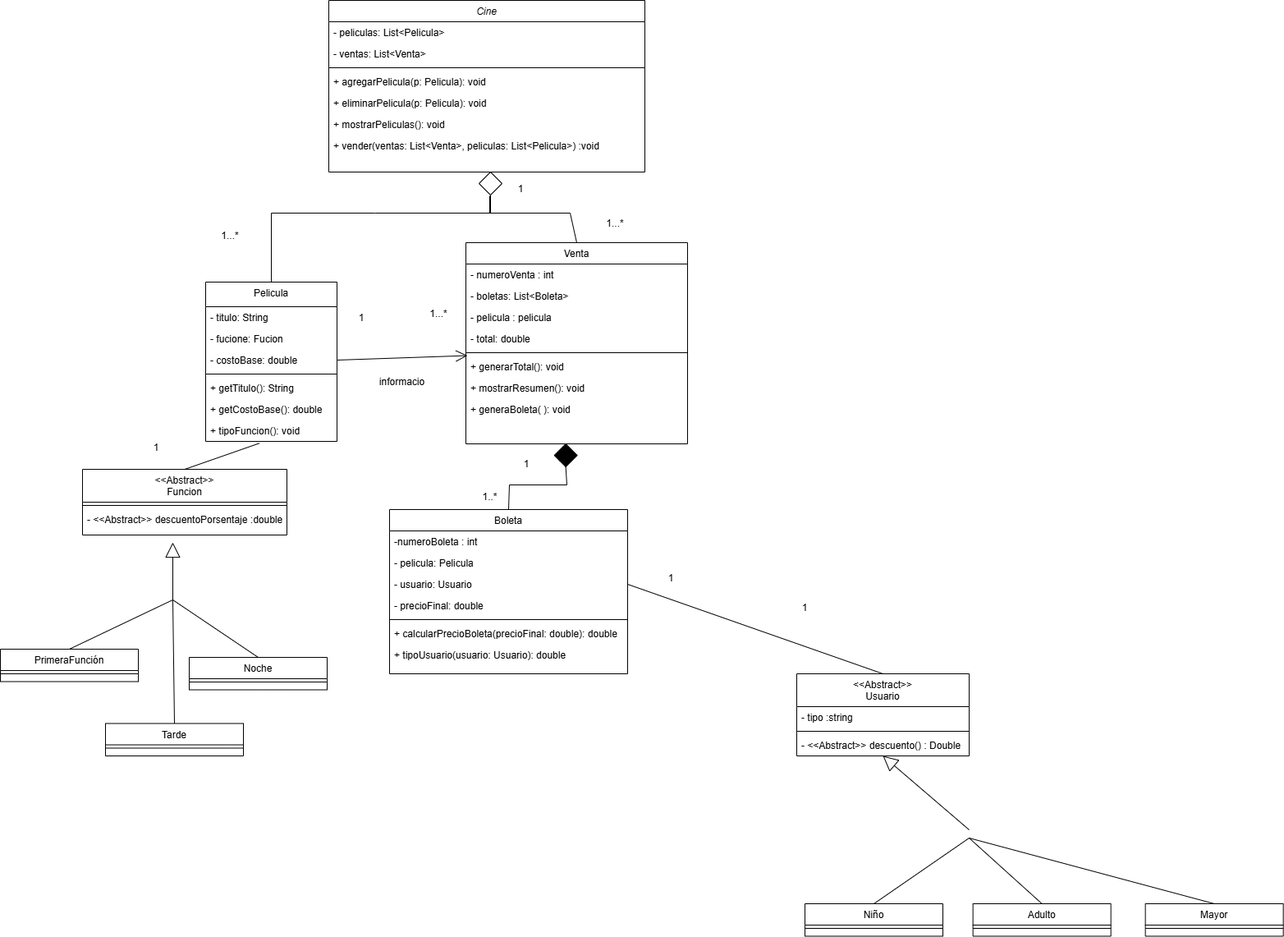
Maribel04072025/Cine keeps this draw.io diagram as 0.3-DiagramCine.drawio.png. Above is the earlier version. Source tidied: cells renumbered, new cells last; positions are measured from the earlier drawing's top-left corner, leaving out a move shared by most shapes.
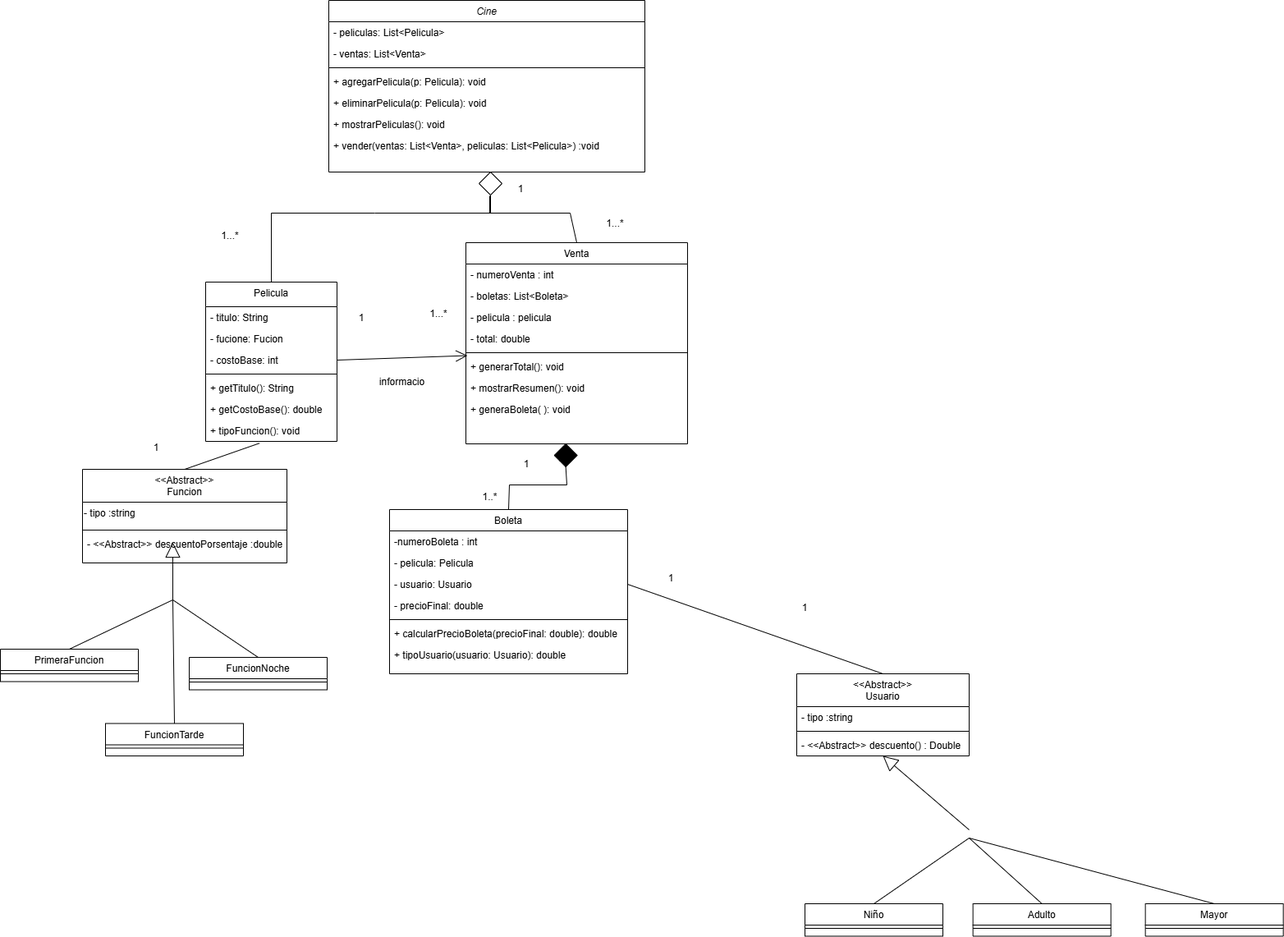
After the commit.

The edit, as a diff of the source:
```diff
@@ -35,7 +35,7 @@
     <mxCell id="12" value="- fucione: Fucion" style="text;align=left;verticalAlign=top;spacingLeft=4;spacingRight=4;overflow=hidden;" parent="10" vertex="1">
       <mxGeometry y="56" width="160" height="26" as="geometry" />
     </mxCell>
-    <mxCell id="13" value="- costoBase: double " style="text;align=left;verticalAlign=top;spacingLeft=4;spacingRight=4;overflow=hidden;points=[[0,0.5],[1,0.5]];portConstraint=eastwest;rounded=0;shadow=0;html=0;" parent="10" vertex="1">
+    <mxCell id="13" value="- costoBase: int" style="text;align=left;verticalAlign=top;spacingLeft=4;spacingRight=4;overflow=hidden;points=[[0,0.5],[1,0.5]];portConstraint=eastwest;rounded=0;shadow=0;html=0;" parent="10" vertex="1">
       <mxGeometry y="82" width="160" height="26" as="geometry" />
     </mxCell>
     <mxCell id="14" style="line;html=1;strokeWidth=1;align=left;verticalAlign=middle;spacingTop=-1;spacingLeft=3;spacingRight=3;labelPosition=right;" parent="10" vertex="1">
@@ -185,27 +185,30 @@
       </mxGeometry>
     </mxCell>
     <mxCell id="55" value="&lt;&lt;Abstract&gt;&gt;&#10;Funcion" style="swimlane;fontStyle=0;align=center;verticalAlign=top;horizontal=1;startSize=40;rounded=0;shadow=0;strokeWidth=1;" parent="1" vertex="1">
-      <mxGeometry x="100" y="571" width="249" height="80" as="geometry" />
+      <mxGeometry x="100" y="571" width="249" height="114" as="geometry" />
     </mxCell>
+    <mxCell id="82" value="- tipo :string" style="text;whiteSpace=wrap;html=1;" parent="55" vertex="1">
+      <mxGeometry y="40" width="249" height="30" as="geometry" />
+    </mxCell>
     <mxCell id="56" style="line;html=1;strokeWidth=1;align=left;verticalAlign=middle;spacingTop=-1;spacingLeft=3;spacingRight=3;labelPosition=right;" parent="55" vertex="1">
-      <mxGeometry y="40" width="249" height="8" as="geometry" />
+      <mxGeometry y="70" width="249" height="8" as="geometry" />
     </mxCell>
     <mxCell id="57" value="- &lt;&lt;Abstract&gt;&gt; descuentoPorsentaje :double" style="text;align=left;verticalAlign=top;spacingLeft=4;spacingRight=4;overflow=hidden;rounded=0;shadow=0;html=0;" parent="55" vertex="1">
-      <mxGeometry y="48" width="249" height="26" as="geometry" />
+      <mxGeometry y="78" width="249" height="26" as="geometry" />
     </mxCell>
-    <mxCell id="58" value="PrimeraFunción" style="swimlane;fontStyle=0;align=center;verticalAlign=top;horizontal=1;startSize=26;rounded=0;shadow=0;strokeWidth=1;" parent="1" vertex="1">
+    <mxCell id="58" value="PrimeraFuncion" style="swimlane;fontStyle=0;align=center;verticalAlign=top;horizontal=1;startSize=26;rounded=0;shadow=0;strokeWidth=1;" parent="1" vertex="1">
       <mxGeometry y="790" width="168" height="39.5" as="geometry" />
     </mxCell>
     <mxCell id="59" style="line;html=1;strokeWidth=1;align=left;verticalAlign=middle;spacingTop=-1;spacingLeft=3;spacingRight=3;labelPosition=right;" parent="58" vertex="1">
       <mxGeometry y="26" width="168" height="8" as="geometry" />
     </mxCell>
-    <mxCell id="60" value="Tarde" style="swimlane;fontStyle=0;align=center;verticalAlign=top;horizontal=1;startSize=26;rounded=0;shadow=0;strokeWidth=1;" parent="1" vertex="1">
+    <mxCell id="60" value="FuncionTarde" style="swimlane;fontStyle=0;align=center;verticalAlign=top;horizontal=1;startSize=26;rounded=0;shadow=0;strokeWidth=1;" parent="1" vertex="1">
       <mxGeometry x="128" y="880.5" width="168" height="39.5" as="geometry" />
     </mxCell>
     <mxCell id="61" style="line;html=1;strokeWidth=1;align=left;verticalAlign=middle;spacingTop=-1;spacingLeft=3;spacingRight=3;labelPosition=right;" parent="60" vertex="1">
       <mxGeometry y="26" width="168" height="8" as="geometry" />
     </mxCell>
-    <mxCell id="62" value="Noche" style="swimlane;fontStyle=0;align=center;verticalAlign=top;horizontal=1;startSize=26;rounded=0;shadow=0;strokeWidth=1;" parent="1" vertex="1">
+    <mxCell id="62" value="FuncionNoche" style="swimlane;fontStyle=0;align=center;verticalAlign=top;horizontal=1;startSize=26;rounded=0;shadow=0;strokeWidth=1;" parent="1" vertex="1">
       <mxGeometry x="230" y="800" width="168" height="39.5" as="geometry" />
     </mxCell>
     <mxCell id="63" style="line;html=1;strokeWidth=1;align=left;verticalAlign=middle;spacingTop=-1;spacingLeft=3;spacingRight=3;labelPosition=right;" parent="62" vertex="1">
```
